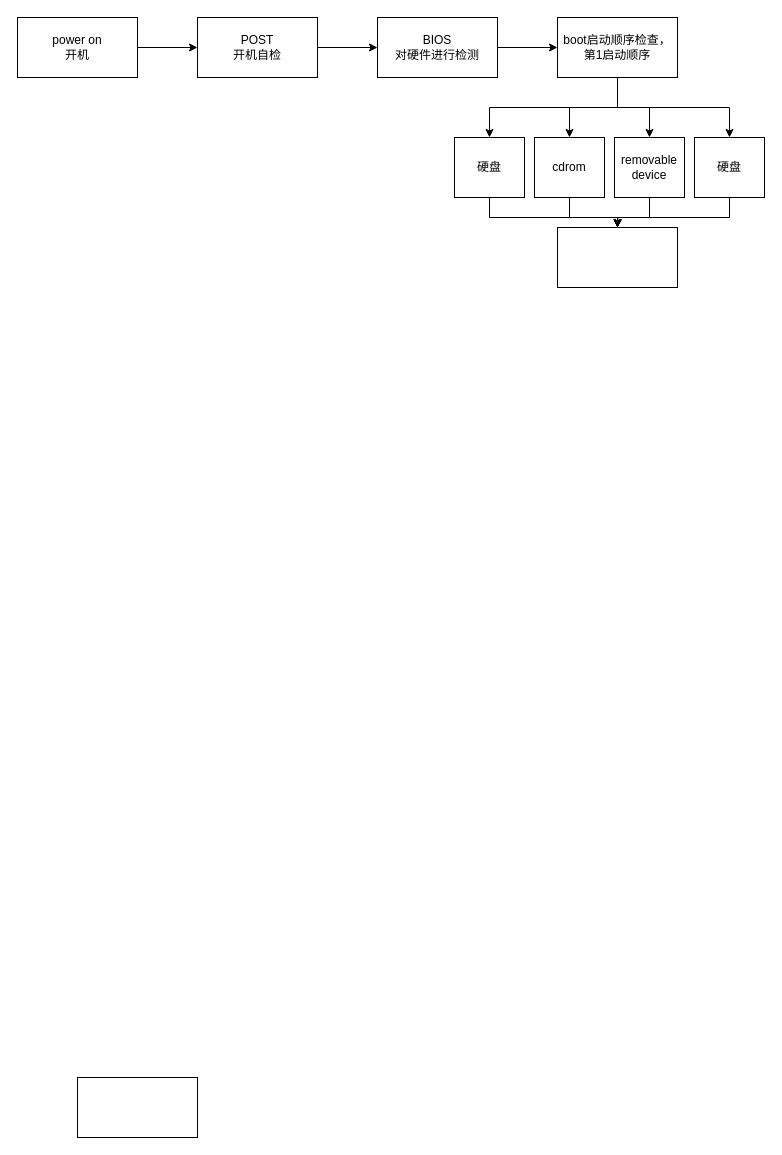
Earlier version of the draw.io diagram 开机启动流程.drawio (wupei-w/diagrams). Source tidied: cells renumbered, new cells numbered last; positions are measured from the earlier drawing's top-left corner, leaving out a move shared by most shapes. Both pictures are drawn from the tidied source at 100%, with x=0, y=0 at pixel (17, 17).
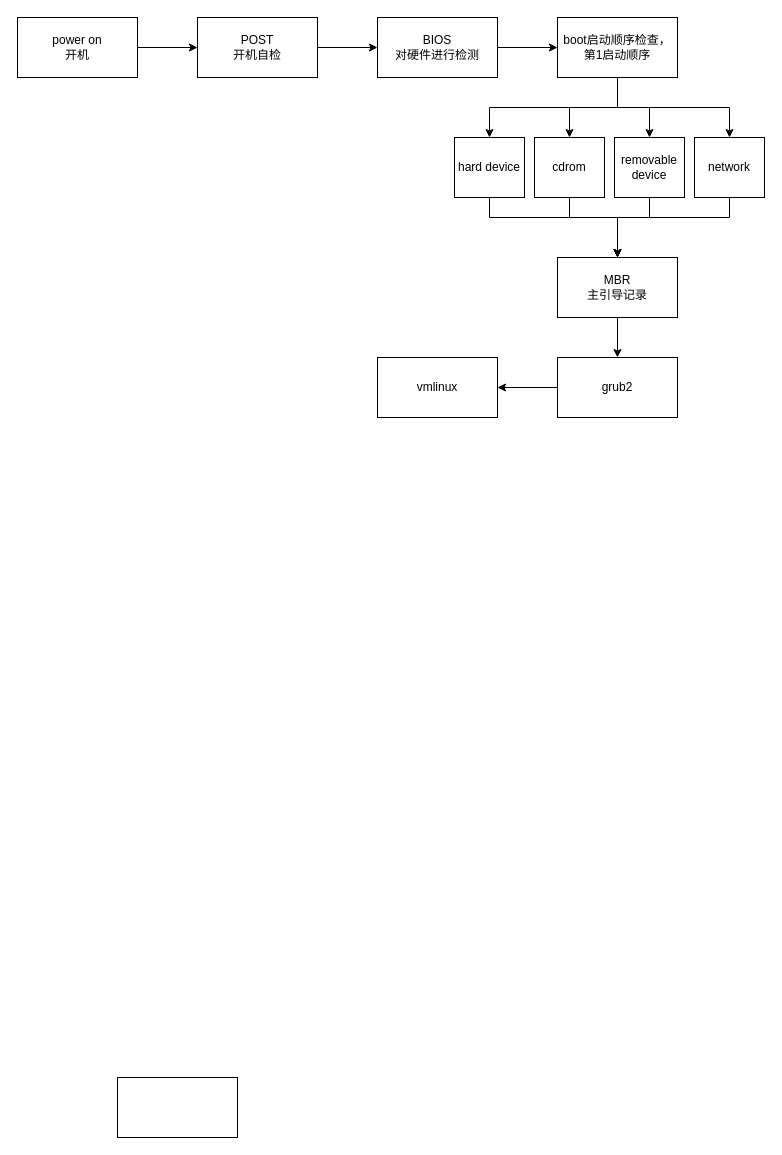
After the change.

Commit message (it also covers changes not shown here):
开机启动流程.drawio

The change refers to these unchanged cells:
```xml
<mxCell id="17" value="cdrom" style="rounded=0;whiteSpace=wrap;html=1;" parent="1" vertex="1">
  <mxGeometry x="517" y="120" width="70" height="60" as="geometry" />
</mxCell>
<mxCell id="19" value="removable device" style="rounded=0;whiteSpace=wrap;html=1;" parent="1" vertex="1">
  <mxGeometry x="597" y="120" width="70" height="60" as="geometry" />
</mxCell>
```

What changed in the source:
```diff
@@
     <mxCell id="2" style="rounded=0;whiteSpace=wrap;html=1;" parent="1" vertex="1">
-      <mxGeometry x="60" y="1060" width="120" height="60" as="geometry" />
+      <mxGeometry x="100" y="1060" width="120" height="60" as="geometry" />
     </mxCell>
@@
-    <mxCell id="15" value="硬盘" style="rounded=0;whiteSpace=wrap;html=1;" parent="1" vertex="1">
+    <mxCell id="15" value="hard device" style="rounded=0;whiteSpace=wrap;html=1;" parent="1" vertex="1">
       <mxGeometry x="437" y="120" width="70" height="60" as="geometry" />
     </mxCell>
     <mxCell id="16" style="edgeStyle=orthogonalEdgeStyle;rounded=0;jettySize=auto;html=1;exitX=0.5;exitY=1;exitDx=0;exitDy=0;entryX=0.5;entryY=0;entryDx=0;entryDy=0;" parent="1" edge="1" source="17" target="22">
-      <mxGeometry relative="1" as="geometry" />
+      <mxGeometry relative="1" as="geometry">
+        <Array as="points">
+          <mxPoint x="552" y="200" />
+          <mxPoint x="600" y="200" />
+        </Array>
+      </mxGeometry>
     </mxCell>
@@
-    <mxCell id="18" style="edgeStyle=orthogonalEdgeStyle;rounded=0;jettySize=auto;html=1;exitX=0.5;exitY=1;exitDx=0;exitDy=0;" parent="1" edge="1" source="19">
-      <mxGeometry relative="1" as="geometry">
-        <mxPoint x="600" y="210" as="targetPoint" />
-      </mxGeometry>
-    </mxCell>
+    <mxCell id="23" style="edgeStyle=orthogonalEdgeStyle;rounded=0;jettySize=auto;html=1;exitX=0.5;exitY=1;exitDx=0;exitDy=0;" parent="1" edge="1" source="19">
+      <mxGeometry relative="1" as="geometry">
+        <mxPoint x="600" y="240" as="targetPoint" />
+        <Array as="points">
+          <mxPoint x="632" y="200" />
+          <mxPoint x="600" y="200" />
+        </Array>
+      </mxGeometry>
+    </mxCell>
@@
-    <mxCell id="20" style="edgeStyle=orthogonalEdgeStyle;rounded=0;jettySize=auto;html=1;exitX=0.5;exitY=1;exitDx=0;exitDy=0;entryX=0.5;entryY=0;entryDx=0;entryDy=0;" parent="1" edge="1" source="21" target="22">
-      <mxGeometry relative="1" as="geometry">
-        <Array as="points">
-          <mxPoint x="712" y="200" />
-          <mxPoint x="600" y="200" />
-        </Array>
-      </mxGeometry>
-    </mxCell>
+    <mxCell id="24" style="edgeStyle=orthogonalEdgeStyle;rounded=0;jettySize=auto;html=1;exitX=0.5;exitY=1;exitDx=0;exitDy=0;" parent="1" edge="1" source="21">
+      <mxGeometry relative="1" as="geometry">
+        <mxPoint x="600" y="240" as="targetPoint" />
+        <Array as="points">
+          <mxPoint x="712" y="200" />
+          <mxPoint x="600" y="200" />
+        </Array>
+      </mxGeometry>
+    </mxCell>
-    <mxCell id="21" value="硬盘" style="rounded=0;whiteSpace=wrap;html=1;" parent="1" vertex="1">
+    <mxCell id="21" value="network" style="rounded=0;whiteSpace=wrap;html=1;" parent="1" vertex="1">
       <mxGeometry x="677" y="120" width="70" height="60" as="geometry" />
     </mxCell>
+    <mxCell id="25" style="edgeStyle=orthogonalEdgeStyle;rounded=0;jettySize=auto;html=1;exitX=0.5;exitY=1;exitDx=0;exitDy=0;entryX=0.5;entryY=0;entryDx=0;entryDy=0;" parent="1" edge="1" source="22" target="27">
+      <mxGeometry relative="1" as="geometry" />
+    </mxCell>
-    <mxCell id="22" style="rounded=0;whiteSpace=wrap;html=1;" parent="1" vertex="1">
-      <mxGeometry x="540" y="210" width="120" height="60" as="geometry" />
+    <mxCell id="22" value="MBR&lt;br&gt;主引导记录" style="rounded=0;whiteSpace=wrap;html=1;" parent="1" vertex="1">
+      <mxGeometry x="540" y="240" width="120" height="60" as="geometry" />
     </mxCell>
+    <mxCell id="26" style="edgeStyle=orthogonalEdgeStyle;rounded=0;jettySize=auto;html=1;exitX=0;exitY=0.5;exitDx=0;exitDy=0;entryX=1;entryY=0.5;entryDx=0;entryDy=0;" parent="1" edge="1" source="27" target="28">
+      <mxGeometry relative="1" as="geometry" />
+    </mxCell>
+    <mxCell id="27" value="grub2" style="rounded=0;whiteSpace=wrap;html=1;" parent="1" vertex="1">
+      <mxGeometry x="540" y="340" width="120" height="60" as="geometry" />
+    </mxCell>
+    <mxCell id="28" value="vmlinux" style="rounded=0;whiteSpace=wrap;html=1;" parent="1" vertex="1">
+      <mxGeometry x="360" y="340" width="120" height="60" as="geometry" />
+    </mxCell>
```
